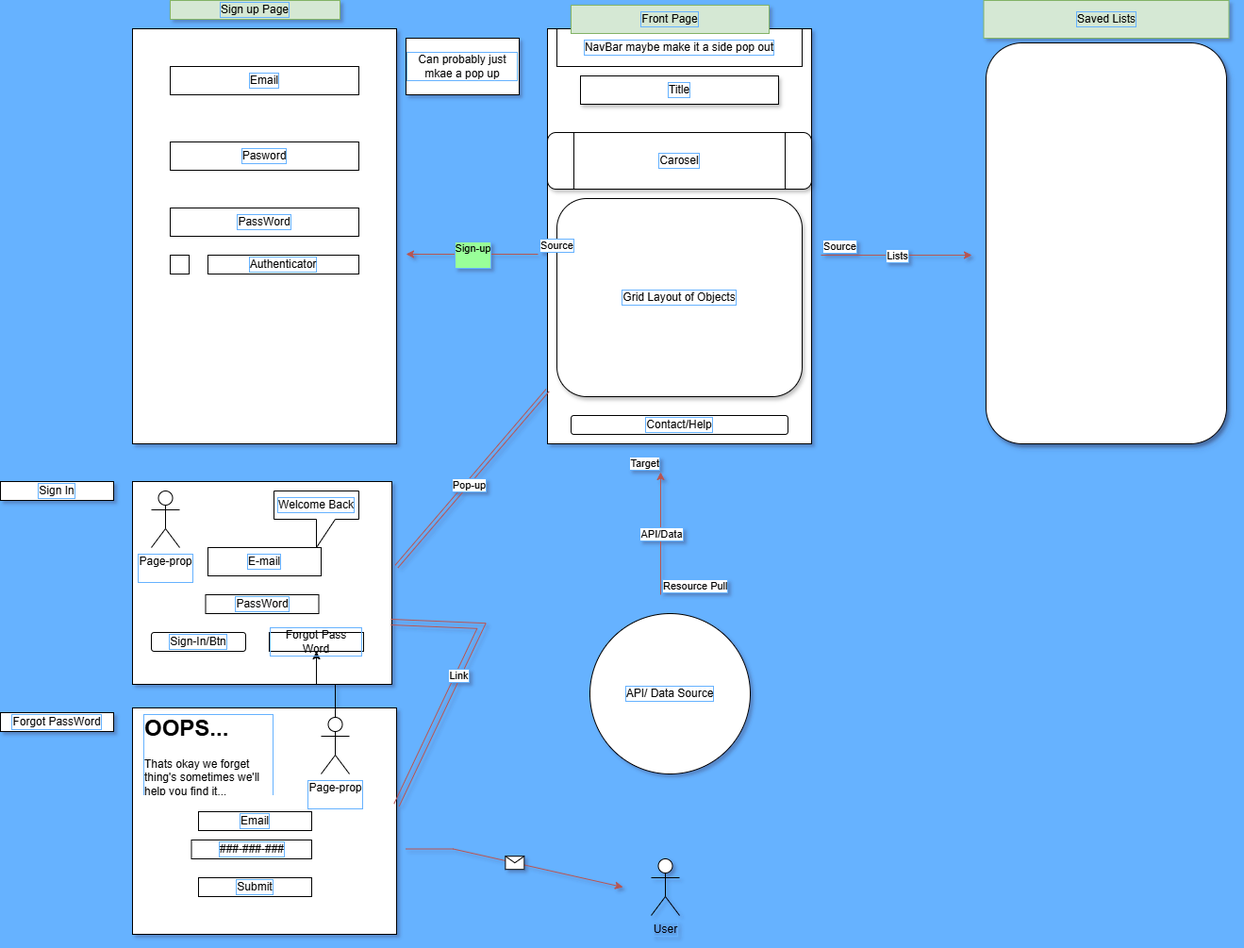
This is Untitled Diagram.drawio.png from Blackhawk56210/Lvl-2-Project, a draw.io export, as it was before one commit. Source tidied: cells renumbered, new cells last; positions are measured from the earlier drawing's top-left corner, leaving out a move shared by most shapes.
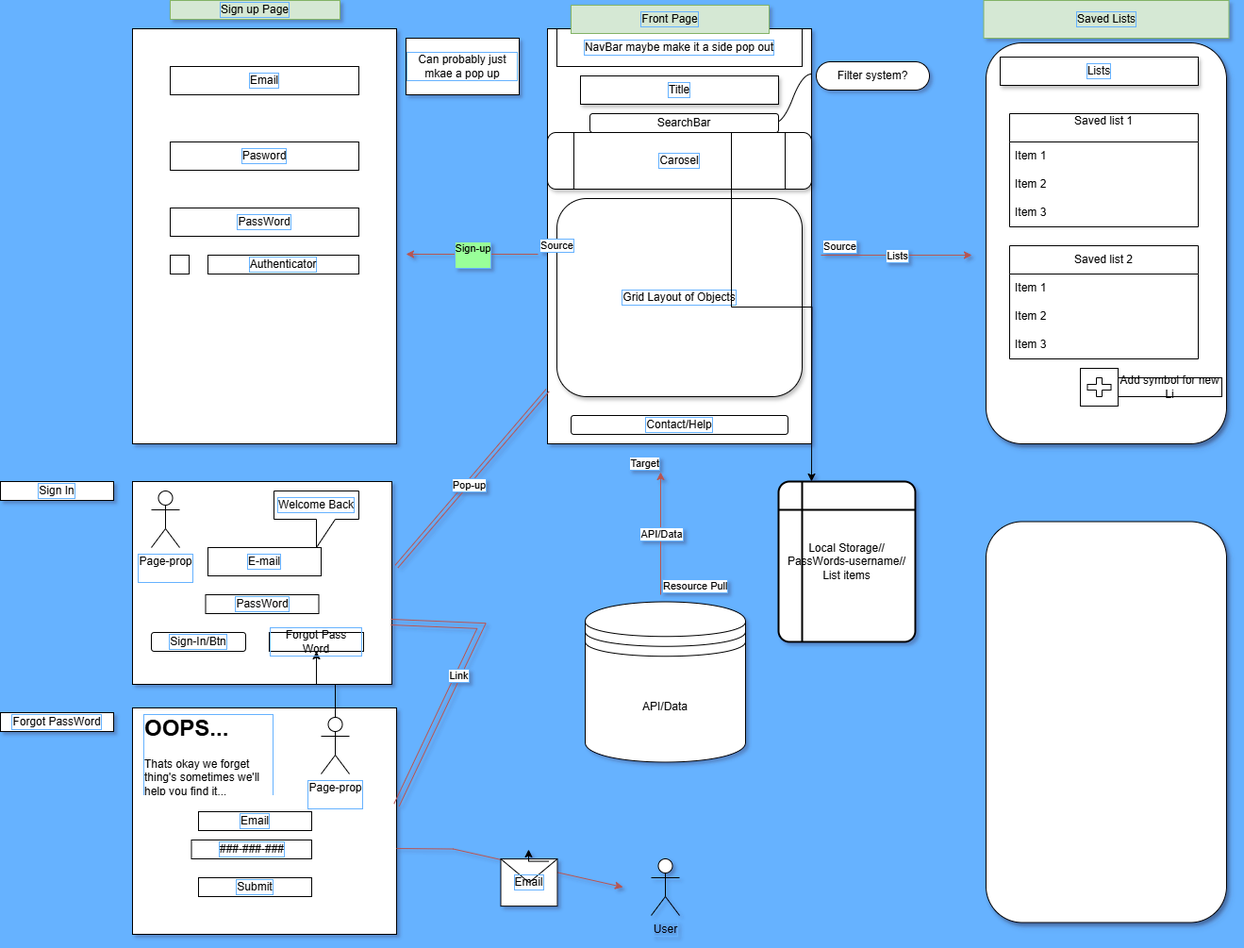
The same file after the commit.

What changed in the source:
```diff
@@ -41,9 +41,6 @@
     <mxCell id="13" value="Source" style="edgeLabel;html=1;align=left;verticalAlign=bottom;labelBorderColor=#66B2FF;fontColor=#000000;" parent="11" vertex="1">
       <mxGeometry x="-1" relative="1" as="geometry" />
     </mxCell>
-    <mxCell id="14" value="API/ Data Source" style="ellipse;whiteSpace=wrap;html=1;labelBorderColor=#66B2FF;fontColor=#000000;" parent="1" vertex="1">
-      <mxGeometry x="625" y="650" width="170" height="170" as="geometry" />
-    </mxCell>
     <mxCell id="15" style="endArrow=classic;html=1;rounded=0;labelBorderColor=#66B2FF;fontColor=#000000;fillColor=#f8cecc;strokeColor=#b85450;" parent="1" edge="1">
       <mxGeometry relative="1" as="geometry">
         <mxPoint x="700" y="630" as="sourcePoint" />
@@ -143,18 +140,17 @@
     <mxCell id="44" value="Submit" style="rounded=0;whiteSpace=wrap;html=1;labelBorderColor=#66B2FF;fontColor=#000000;" parent="1" vertex="1">
       <mxGeometry x="210" y="930" width="120" height="20" as="geometry" />
     </mxCell>
-    <mxCell id="45" style="endArrow=classic;html=1;rounded=0;labelBorderColor=#66B2FF;fontColor=#000000;fillColor=#f8cecc;strokeColor=#b85450;" parent="1" edge="1">
+    <mxCell id="45" style="endArrow=classic;html=1;rounded=0;labelBorderColor=#66B2FF;fontColor=#000000;fillColor=#f8cecc;strokeColor=#b85450;exitX=1;exitY=0.621;exitDx=0;exitDy=0;exitPerimeter=0;" parent="1" edge="1" source="38">
       <mxGeometry relative="1" as="geometry">
-        <mxPoint x="430" y="899.5" as="sourcePoint" />
         <mxPoint x="660" y="940" as="targetPoint" />
         <Array as="points">
           <mxPoint x="480" y="899.5" />
         </Array>
       </mxGeometry>
     </mxCell>
-    <mxCell id="46" style="shape=message;html=1;outlineConnect=0;labelBorderColor=#66B2FF;fontColor=#000000;" parent="45" vertex="1">
-      <mxGeometry width="20" height="14" relative="1" as="geometry">
-        <mxPoint x="-10" y="-7" as="offset" />
+    <mxCell id="46" value="Email" style="shape=message;html=1;outlineConnect=0;labelBorderColor=#66B2FF;fontColor=#000000;" parent="45" vertex="1">
+      <mxGeometry width="60" height="50" relative="1" as="geometry">
+        <mxPoint x="-10" y="-3" as="offset" />
       </mxGeometry>
     </mxCell>
     <mxCell id="47" value="User" style="shape=umlActor;verticalLabelPosition=bottom;verticalAlign=top;html=1;labelBorderColor=#66B2FF;fontColor=#000000;" parent="1" vertex="1">
@@ -179,5 +175,72 @@
     <mxCell id="52" value="Link" style="edgeLabel;html=1;align=center;verticalAlign=middle;labelBorderColor=#66B2FF;fontColor=#000000;" parent="51" vertex="1">
       <mxGeometry relative="1" as="geometry" />
     </mxCell>
+    <mxCell id="53" style="rounded=1;whiteSpace=wrap;html=1;rotation=90;glass=0;shadow=1;labelBorderColor=#66B2FF;fontColor=#000000;" parent="1" vertex="1">
+      <mxGeometry x="960" y="637.5" width="425" height="255" as="geometry" />
+    </mxCell>
+    <mxCell id="54" value="Lists" style="rounded=0;whiteSpace=wrap;html=1;shadow=1;labelBorderColor=#66B2FF;fontColor=#000000;" parent="1" vertex="1">
+      <mxGeometry x="1060" y="60" width="210" height="30" as="geometry" />
+    </mxCell>
+    <mxCell id="55" value="Saved list 1&lt;div&gt;&lt;br&gt;&lt;/div&gt;" style="swimlane;fontStyle=0;horizontal=1;startSize=30;whiteSpace=wrap;html=1;" parent="1" vertex="1">
+      <mxGeometry x="1070" y="120" width="200" height="120" as="geometry" />
+    </mxCell>
+    <mxCell id="56" value="Item 1" style="text;strokeColor=none;fillColor=none;align=left;verticalAlign=middle;spacingLeft=4;spacingRight=4;overflow=hidden;whiteSpace=wrap;html=1;" parent="55" vertex="1">
+      <mxGeometry y="30" width="200" height="30" as="geometry" />
+    </mxCell>
+    <mxCell id="57" value="Item 2" style="text;strokeColor=none;fillColor=none;align=left;verticalAlign=middle;spacingLeft=4;spacingRight=4;overflow=hidden;whiteSpace=wrap;html=1;" parent="55" vertex="1">
+      <mxGeometry y="60" width="200" height="30" as="geometry" />
+    </mxCell>
+    <mxCell id="58" value="Item 3" style="text;strokeColor=none;fillColor=none;align=left;verticalAlign=middle;spacingLeft=4;spacingRight=4;overflow=hidden;whiteSpace=wrap;html=1;" parent="55" vertex="1">
+      <mxGeometry y="90" width="200" height="30" as="geometry" />
+    </mxCell>
+    <mxCell id="59" value="Saved list 2" style="swimlane;fontStyle=0;horizontal=1;startSize=30;whiteSpace=wrap;html=1;" parent="1" vertex="1">
+      <mxGeometry x="1070" y="260" width="200" height="120" as="geometry" />
+    </mxCell>
+    <mxCell id="60" value="Item 1" style="text;strokeColor=none;fillColor=none;align=left;verticalAlign=middle;spacingLeft=4;spacingRight=4;overflow=hidden;whiteSpace=wrap;html=1;" parent="59" vertex="1">
+      <mxGeometry y="30" width="200" height="30" as="geometry" />
+    </mxCell>
+    <mxCell id="61" value="Item 2" style="text;strokeColor=none;fillColor=none;align=left;verticalAlign=middle;spacingLeft=4;spacingRight=4;overflow=hidden;whiteSpace=wrap;html=1;" parent="59" vertex="1">
+      <mxGeometry y="60" width="200" height="30" as="geometry" />
+    </mxCell>
+    <mxCell id="62" value="Item 3" style="text;strokeColor=none;fillColor=none;align=left;verticalAlign=middle;spacingLeft=4;spacingRight=4;overflow=hidden;whiteSpace=wrap;html=1;" parent="59" vertex="1">
+      <mxGeometry y="90" width="200" height="30" as="geometry" />
+    </mxCell>
+    <mxCell id="63" style="whiteSpace=wrap;html=1;" parent="1" vertex="1">
+      <mxGeometry x="1145" y="390" width="40" height="40" as="geometry" />
+    </mxCell>
+    <mxCell id="64" style="shape=cross;whiteSpace=wrap;html=1;size=0.3;" parent="1" vertex="1">
+      <mxGeometry x="1152.5" y="400" width="25" height="20" as="geometry" />
+    </mxCell>
+    <mxCell id="65" value="Add symbol for new Li" style="rounded=0;whiteSpace=wrap;html=1;" parent="1" vertex="1">
+      <mxGeometry x="1185" y="400" width="110" height="20" as="geometry" />
+    </mxCell>
+    <mxCell id="66" value="API/Data" style="shape=datastore;whiteSpace=wrap;html=1;" parent="1" vertex="1">
+      <mxGeometry x="620" y="637.5" width="170" height="170" as="geometry" />
+    </mxCell>
+    <mxCell id="67" value="Filter system?" style="whiteSpace=wrap;html=1;rounded=1;arcSize=50;align=center;verticalAlign=middle;strokeWidth=1;spacing=4;newEdgeStyle={&quot;edgeStyle&quot;:&quot;entityRelationEdgeStyle&quot;,&quot;startArrow&quot;:&quot;none&quot;,&quot;endArrow&quot;:&quot;none&quot;,&quot;segment&quot;:10,&quot;curved&quot;:1,&quot;sourcePerimeterSpacing&quot;:0,&quot;targetPerimeterSpacing&quot;:0};" parent="1" vertex="1">
+      <mxGeometry x="865" y="65" width="120" height="30" as="geometry" />
+    </mxCell>
+    <mxCell id="68" style="edgeStyle=entityRelationEdgeStyle;startArrow=none;endArrow=none;segment=10;curved=1;sourcePerimeterSpacing=0;targetPerimeterSpacing=0;rounded=0;" parent="1" edge="1">
+      <mxGeometry relative="1" as="geometry">
+        <mxPoint x="820" y="130" as="sourcePoint" />
+        <mxPoint x="860" y="78" as="targetPoint" />
+      </mxGeometry>
+    </mxCell>
+    <mxCell id="69" style="edgeStyle=orthogonalEdgeStyle;rounded=0;jettySize=auto;html=1;exitX=0.75;exitY=1;exitDx=0;exitDy=0;" parent="1" edge="1" source="70">
+      <mxGeometry relative="1" as="geometry">
+        <mxPoint x="860" y="510" as="targetPoint" />
+      </mxGeometry>
+    </mxCell>
+    <mxCell id="70" value="SearchBar" style="rounded=1;whiteSpace=wrap;html=1;" parent="1" vertex="1">
+      <mxGeometry x="625" y="120" width="200" height="20" as="geometry" />
+    </mxCell>
+    <mxCell id="71" value="Local Storage//&lt;div&gt;PassWords-username//&lt;/div&gt;&lt;div&gt;List items&lt;/div&gt;" style="shape=internalStorage;whiteSpace=wrap;html=1;dx=25;dy=30;rounded=1;arcSize=8;strokeWidth=2;" parent="1" vertex="1">
+      <mxGeometry x="825" y="510" width="145" height="170" as="geometry" />
+    </mxCell>
+    <mxCell id="72" style="edgeStyle=orthogonalEdgeStyle;rounded=0;jettySize=auto;html=1;exitX=0.85;exitY=0.05;exitDx=0;exitDy=0;exitPerimeter=0;" parent="1" edge="1" source="46">
+      <mxGeometry relative="1" as="geometry">
+        <mxPoint x="560" y="900" as="targetPoint" />
+      </mxGeometry>
+    </mxCell>
   </root>
 </mxGraphModel>
```
